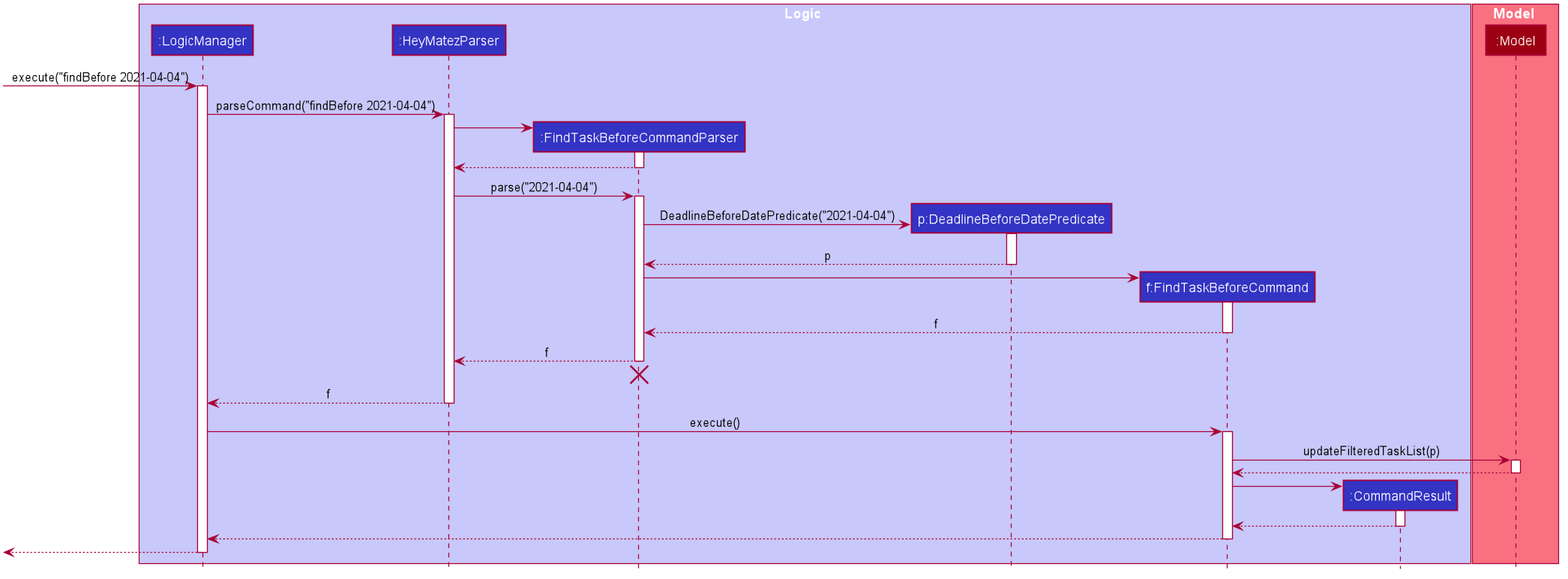
Earlier version of the PlantUML export docs/images/FindBeforeSequenceDiagram.png (nus-cs2103-AY2021S2/tp).
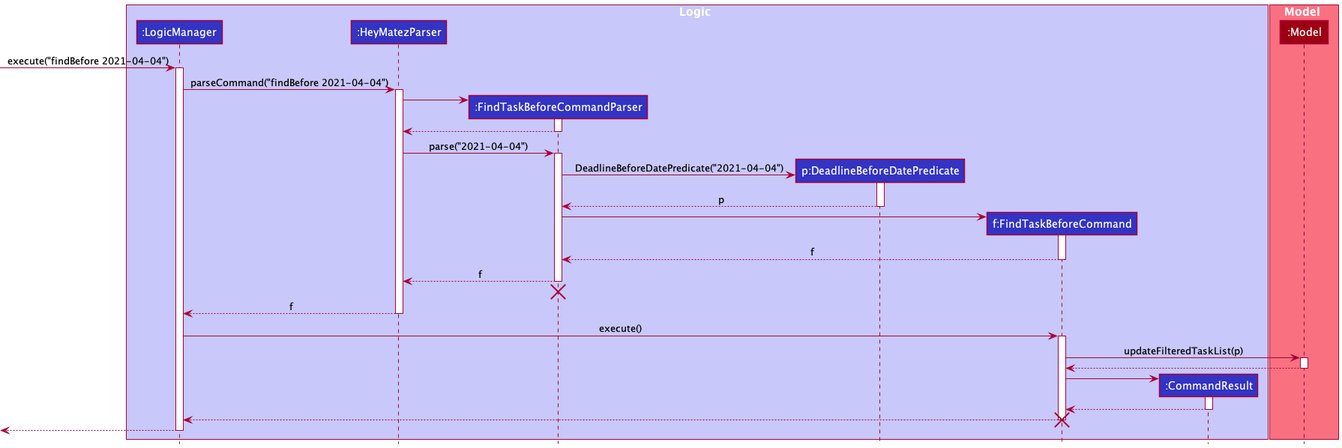
The same file after the commit.

Commit message:
Edit seq diagram

What changed in the source:
```diff
@@ -1,64 +1,17 @@
 @startuml
+!include style.puml
 
-
-
-
-
-
-
-
-skinparam BackgroundColor #FFFFFFF
-
-skinparam Shadowing false
-
-skinparam Class {
-    FontColor #FFFFFF
-    BorderThickness 1
-    BorderColor #FFFFFF
-    StereotypeFontColor #FFFFFF
-    FontName Arial
-}
-
-skinparam Actor {
-    BorderColor #000000
-    Color #000000
-    FontName Arial
-}
-
-skinparam Sequence {
-    MessageAlign center
-    BoxFontSize 15
-    BoxPadding 0
-    BoxFontColor #FFFFFF
-    FontName Arial
-}
-
-skinparam Participant {
-    FontColor #FFFFFFF
-    Padding 20
-}
-
-skinparam MinClassWidth 50
-skinparam ParticipantPadding 10
-skinparam Shadowing false
-skinparam DefaultTextAlignment center
-skinparam packageStyle Rectangle
-
-hide footbox
-hide members
-hide circle
-
-box Logic #C8C8FA
-participant ":LogicManager" as LogicManager #3333C4
-participant ":HeyMatezParser" as HeyMatezParser #3333C4
-participant ":FindTaskBeforeCommandParser" as FindTaskBeforeCommandParser #3333C4
-participant "p:DeadlineBeforeDatePredicate" as DeadlineBeforeDatePredicate #3333C4
-participant "f:FindTaskBeforeCommand" as FindTaskBeforeCommand #3333C4
-participant ":CommandResult" as CommandResult #3333C4
+box Logic LOGIC_COLOR_T1
+participant ":LogicManager" as LogicManager LOGIC_COLOR
+participant ":HeyMatezParser" as HeyMatezParser LOGIC_COLOR
+participant ":FindTaskBeforeCommandParser" as FindTaskBeforeCommandParser LOGIC_COLOR
+participant "p:DeadlineBeforeDatePredicate" as DeadlineBeforeDatePredicate LOGIC_COLOR
+participant "f:FindTaskBeforeCommand" as FindTaskBeforeCommand LOGIC_COLOR
+participant ":CommandResult" as CommandResult LOGIC_COLOR
 end box
 
-box Model #F97181
-participant ":Model" as Model #9D0012
+box Model MODEL_COLOR_T1
+participant ":Model" as Model MODEL_COLOR
 end box
 
 [-> LogicManager : execute("findBefore 2021-04-04")
@@ -117,7 +70,7 @@
 deactivate CommandResult
 
 FindTaskBeforeCommand --> LogicManager
-deactivate FindTaskBeforeCommand
+destroy FindTaskBeforeCommand
 
 [<--LogicManager
 deactivate LogicManager
```
